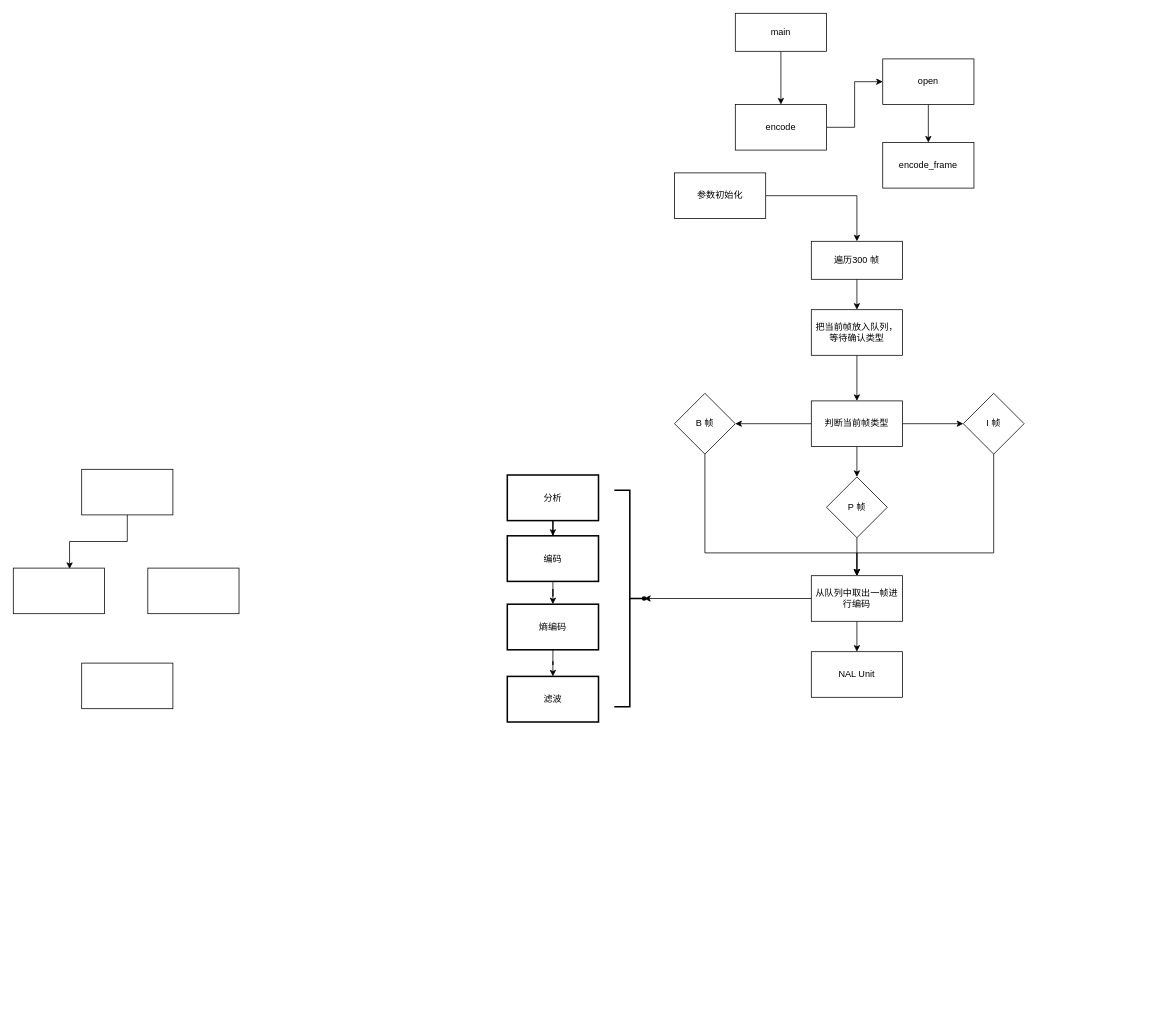
The draw.io diagram doc/Untitled Diagram.drawio in vozeo/x264, before the edit. Source tidied: cells renumbered, new cells numbered last; positions are measured from the earlier drawing's top-left corner, leaving out a move shared by most shapes. Both pictures are drawn from the tidied source at 76%, with x=0, y=0 at pixel (13, 13).
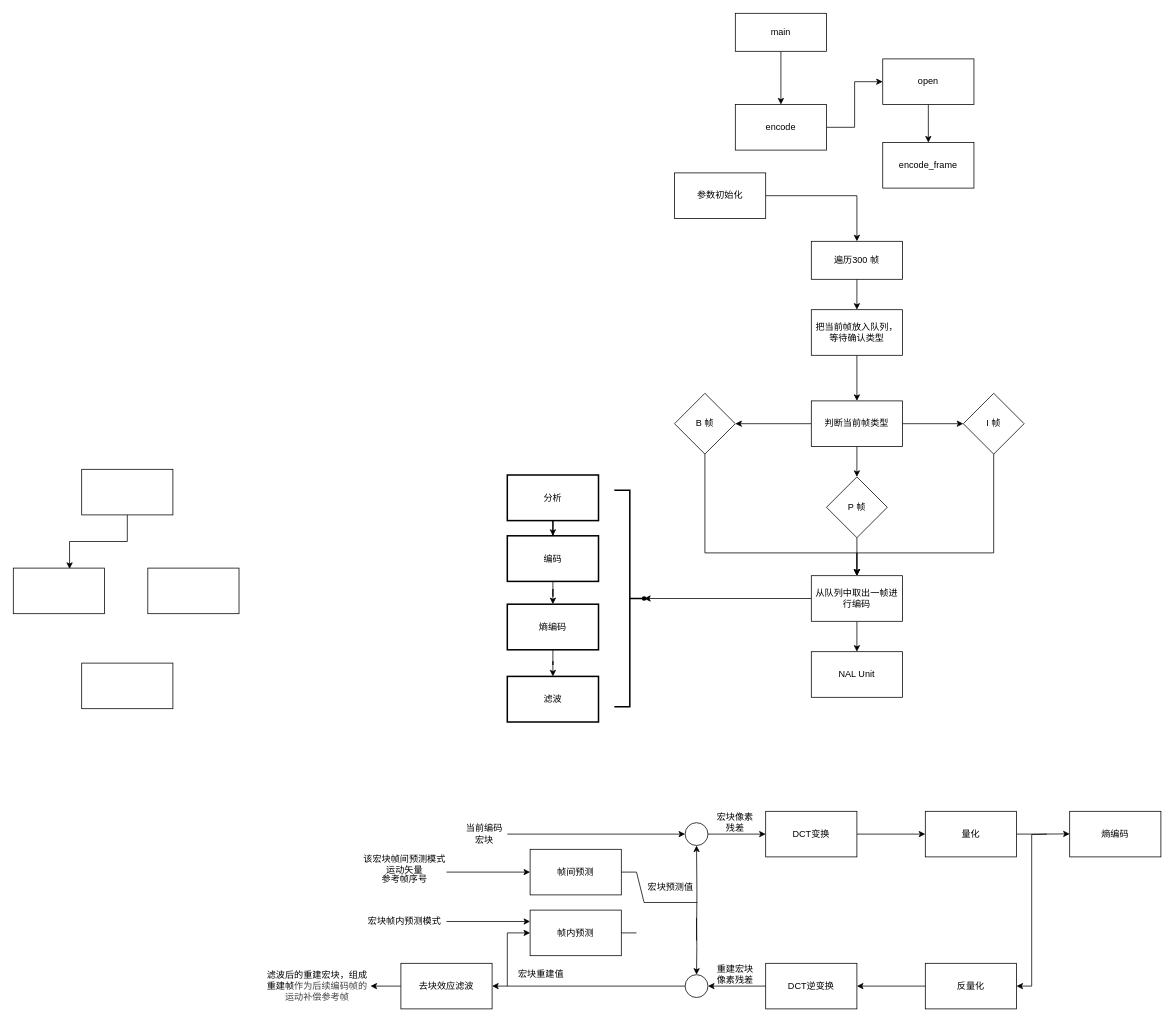
The same diagram, later.

Commit message:
变换与量化部分_1

What changed in the source:
```diff
@@
+    <mxCell id="43" style="edgeStyle=orthogonalEdgeStyle;rounded=0;jettySize=auto;html=1;" parent="1" edge="1" target="47">
+      <mxGeometry relative="1" as="geometry">
+        <mxPoint x="899" y="1220" as="sourcePoint" />
+      </mxGeometry>
+    </mxCell>
@@
+    <mxCell id="44" value="帧内预测" style="rounded=0;whiteSpace=wrap;html=1;" parent="1" vertex="1">
+      <mxGeometry x="680" y="1180" width="120" height="60" as="geometry" />
+    </mxCell>
@@
+    <mxCell id="45" style="edgeStyle=orthogonalEdgeStyle;rounded=0;jettySize=auto;html=1;exitX=1;exitY=0.5;exitDx=0;exitDy=0;" parent="1" edge="1" source="47">
+      <mxGeometry relative="1" as="geometry">
+        <mxPoint x="914.4" y="1080.2" as="targetPoint" />
+      </mxGeometry>
+    </mxCell>
@@
+    <mxCell id="46" style="edgeStyle=orthogonalEdgeStyle;rounded=0;jettySize=auto;html=1;exitX=1;exitY=0.5;exitDx=0;exitDy=0;entryX=0;entryY=0.5;entryDx=0;entryDy=0;" parent="1" edge="1" source="47" target="49">
+      <mxGeometry relative="1" as="geometry" />
+    </mxCell>
@@
+    <mxCell id="47" style="ellipse;whiteSpace=wrap;html=1;" parent="1" vertex="1">
+      <mxGeometry x="884" y="1065" width="30" height="30" as="geometry" />
+    </mxCell>
@@
+    <mxCell id="48" style="edgeStyle=orthogonalEdgeStyle;rounded=0;jettySize=auto;html=1;entryX=0;entryY=0.5;entryDx=0;entryDy=0;" parent="1" edge="1" source="49" target="51">
+      <mxGeometry relative="1" as="geometry" />
+    </mxCell>
@@
+    <mxCell id="49" value="DCT变换" style="rounded=0;whiteSpace=wrap;html=1;" parent="1" vertex="1">
+      <mxGeometry x="990" y="1050" width="120" height="60" as="geometry" />
+    </mxCell>
@@
+    <mxCell id="50" style="edgeStyle=orthogonalEdgeStyle;rounded=0;jettySize=auto;html=1;exitX=1;exitY=0.5;exitDx=0;exitDy=0;" parent="1" edge="1" source="51">
+      <mxGeometry relative="1" as="geometry">
+        <mxPoint x="1390" y="1079.7" as="targetPoint" />
+      </mxGeometry>
+    </mxCell>
+    <mxCell id="51" value="量化" style="rounded=0;whiteSpace=wrap;html=1;" parent="1" vertex="1">
+      <mxGeometry x="1200" y="1050" width="120" height="60" as="geometry" />
+    </mxCell>
+    <mxCell id="52" value="熵编码" style="rounded=0;whiteSpace=wrap;html=1;" parent="1" vertex="1">
+      <mxGeometry x="1390" y="1050" width="120" height="60" as="geometry" />
+    </mxCell>
+    <mxCell id="53" style="edgeStyle=orthogonalEdgeStyle;rounded=0;jettySize=auto;html=1;exitX=1;exitY=0.5;exitDx=0;exitDy=0;entryX=1;entryY=0.5;entryDx=0;entryDy=0;" parent="1" edge="1" target="55">
+      <mxGeometry relative="1" as="geometry">
+        <mxPoint x="1360" y="1080" as="sourcePoint" />
+      </mxGeometry>
+    </mxCell>
+    <mxCell id="54" style="edgeStyle=orthogonalEdgeStyle;rounded=0;jettySize=auto;html=1;entryX=1;entryY=0.5;entryDx=0;entryDy=0;" parent="1" edge="1" source="55" target="57">
+      <mxGeometry relative="1" as="geometry" />
+    </mxCell>
+    <mxCell id="55" value="反量化" style="rounded=0;whiteSpace=wrap;html=1;" parent="1" vertex="1">
+      <mxGeometry x="1200" y="1250" width="120" height="60" as="geometry" />
+    </mxCell>
+    <mxCell id="56" style="edgeStyle=orthogonalEdgeStyle;rounded=0;jettySize=auto;html=1;entryX=1;entryY=0.5;entryDx=0;entryDy=0;" parent="1" edge="1" source="57" target="60">
+      <mxGeometry relative="1" as="geometry" />
+    </mxCell>
+    <mxCell id="57" value="DCT逆变换" style="rounded=0;whiteSpace=wrap;html=1;" parent="1" vertex="1">
+      <mxGeometry x="990" y="1250" width="120" height="60" as="geometry" />
+    </mxCell>
+    <mxCell id="58" style="edgeStyle=orthogonalEdgeStyle;rounded=0;jettySize=auto;html=1;exitX=0.5;exitY=0;exitDx=0;exitDy=0;entryX=0.5;entryY=0;entryDx=0;entryDy=0;" parent="1" edge="1" target="60">
+      <mxGeometry relative="1" as="geometry">
+        <mxPoint x="898.9" y="1190" as="sourcePoint" />
+      </mxGeometry>
+    </mxCell>
+    <mxCell id="59" style="edgeStyle=orthogonalEdgeStyle;rounded=0;jettySize=auto;html=1;entryX=1;entryY=0.5;entryDx=0;entryDy=0;" parent="1" edge="1" source="60" target="66">
+      <mxGeometry relative="1" as="geometry" />
+    </mxCell>
+    <mxCell id="60" style="ellipse;whiteSpace=wrap;html=1;" parent="1" vertex="1">
+      <mxGeometry x="884" y="1265" width="30" height="30" as="geometry" />
+    </mxCell>
+    <mxCell id="61" value="宏块像素残差" style="text;html=1;strokeColor=none;fillColor=none;align=center;verticalAlign=middle;whiteSpace=wrap;rounded=0;" parent="1" vertex="1">
+      <mxGeometry x="920" y="1050" width="60" height="30" as="geometry" />
+    </mxCell>
+    <mxCell id="62" value="宏块预测值" style="text;html=1;strokeColor=none;fillColor=none;align=center;verticalAlign=middle;whiteSpace=wrap;rounded=0;" parent="1" vertex="1">
+      <mxGeometry x="831.6" y="1135" width="66" height="30" as="geometry" />
+    </mxCell>
+    <mxCell id="63" style="endArrow=classic;html=1;rounded=0;entryX=0;entryY=0.5;entryDx=0;entryDy=0;" parent="1" edge="1" target="47">
+      <mxGeometry relative="1" as="geometry">
+        <mxPoint x="650" y="1080" as="sourcePoint" />
+      </mxGeometry>
+    </mxCell>
+    <mxCell id="64" value="当前编码宏块" style="text;html=1;strokeColor=none;fillColor=none;align=center;verticalAlign=middle;whiteSpace=wrap;rounded=0;" parent="1" vertex="1">
+      <mxGeometry x="590" y="1065" width="60" height="30" as="geometry" />
+    </mxCell>
+    <mxCell id="65" style="edgeStyle=orthogonalEdgeStyle;rounded=0;jettySize=auto;html=1;entryX=1;entryY=0.5;entryDx=0;entryDy=0;" parent="1" edge="1" source="66" target="69">
+      <mxGeometry relative="1" as="geometry" />
+    </mxCell>
+    <mxCell id="66" value="去块效应滤波" style="rounded=0;whiteSpace=wrap;html=1;" parent="1" vertex="1">
+      <mxGeometry x="510" y="1250" width="120" height="60" as="geometry" />
+    </mxCell>
+    <mxCell id="67" value="重建宏块像素残差" style="text;html=1;strokeColor=none;fillColor=none;align=center;verticalAlign=middle;whiteSpace=wrap;rounded=0;" parent="1" vertex="1">
+      <mxGeometry x="920" y="1250" width="60" height="30" as="geometry" />
+    </mxCell>
+    <mxCell id="68" value="宏块重建值" style="text;html=1;strokeColor=none;fillColor=none;align=center;verticalAlign=middle;whiteSpace=wrap;rounded=0;" parent="1" vertex="1">
+      <mxGeometry x="660" y="1250" width="69" height="30" as="geometry" />
+    </mxCell>
+    <mxCell id="69" value="滤波后的重建宏块，组成重建帧&lt;span style=&quot;color: rgb(64, 64, 64); font-family: -apple-system, BlinkMacSystemFont, &amp;quot;Apple Color Emoji&amp;quot;, &amp;quot;Segoe UI Emoji&amp;quot;, &amp;quot;Segoe UI Symbol&amp;quot;, &amp;quot;Segoe UI&amp;quot;, &amp;quot;PingFang SC&amp;quot;, &amp;quot;Hiragino Sans GB&amp;quot;, &amp;quot;Microsoft YaHei&amp;quot;, &amp;quot;Helvetica Neue&amp;quot;, Helvetica, Arial, sans-serif; text-align: start; background-color: rgb(255, 255, 255);&quot;&gt;&lt;font style=&quot;font-size: 12px;&quot;&gt;作为后续编码帧的运动补偿参考帧&lt;/font&gt;&lt;/span&gt;" style="text;html=1;strokeColor=none;fillColor=none;align=center;verticalAlign=middle;whiteSpace=wrap;rounded=0;" parent="1" vertex="1">
+      <mxGeometry x="330" y="1265" width="140" height="30" as="geometry" />
+    </mxCell>
+    <mxCell id="70" style="endArrow=classic;html=1;rounded=0;fontSize=12;entryX=0;entryY=0.5;entryDx=0;entryDy=0;" parent="1" edge="1" target="44">
+      <mxGeometry relative="1" as="geometry">
+        <mxPoint x="650" y="1280" as="sourcePoint" />
+        <Array as="points">
+          <mxPoint x="650" y="1210" />
+        </Array>
+      </mxGeometry>
+    </mxCell>
+    <mxCell id="71" value="帧间预测" style="rounded=0;whiteSpace=wrap;html=1;fontSize=12;" parent="1" vertex="1">
+      <mxGeometry x="680" y="1100" width="120" height="60" as="geometry" />
+    </mxCell>
+    <mxCell id="72" style="endArrow=classic;html=1;rounded=0;fontSize=12;entryX=0;entryY=0.5;entryDx=0;entryDy=0;" parent="1" edge="1" target="71">
+      <mxGeometry relative="1" as="geometry">
+        <mxPoint x="570" y="1130" as="sourcePoint" />
+      </mxGeometry>
+    </mxCell>
+    <mxCell id="73" value="该宏块帧间预测模式&lt;br&gt;运动矢量" style="text;html=1;strokeColor=none;fillColor=none;align=center;verticalAlign=middle;whiteSpace=wrap;rounded=0;fontSize=12;" parent="1" vertex="1">
+      <mxGeometry x="460" y="1105" width="110" height="30" as="geometry" />
+    </mxCell>
+    <mxCell id="74" value="参考帧序号" style="text;html=1;strokeColor=none;fillColor=none;align=center;verticalAlign=middle;whiteSpace=wrap;rounded=0;fontSize=12;" parent="1" vertex="1">
+      <mxGeometry x="480" y="1125" width="70" height="30" as="geometry" />
+    </mxCell>
+    <mxCell id="75" style="endArrow=classic;html=1;rounded=0;fontSize=12;entryX=0;entryY=0.25;entryDx=0;entryDy=0;" parent="1" edge="1" target="44">
+      <mxGeometry relative="1" as="geometry">
+        <mxPoint x="570" y="1195" as="sourcePoint" />
+      </mxGeometry>
+    </mxCell>
+    <mxCell id="76" value="宏块帧内预测模式" style="text;html=1;strokeColor=none;fillColor=none;align=center;verticalAlign=middle;whiteSpace=wrap;rounded=0;fontSize=12;" parent="1" vertex="1">
+      <mxGeometry x="465" y="1180" width="100" height="30" as="geometry" />
+    </mxCell>
+    <mxCell id="77" style="endArrow=none;html=1;rounded=0;fontSize=12;" parent="1" edge="1">
+      <mxGeometry relative="1" as="geometry">
+        <mxPoint x="830" y="1170" as="sourcePoint" />
+        <mxPoint x="900" y="1170" as="targetPoint" />
+      </mxGeometry>
+    </mxCell>
+    <mxCell id="78" style="endArrow=none;html=1;rounded=0;fontSize=12;entryX=1;entryY=0.5;entryDx=0;entryDy=0;" parent="1" edge="1" target="71">
+      <mxGeometry relative="1" as="geometry">
+        <mxPoint x="820" y="1130" as="sourcePoint" />
+      </mxGeometry>
+    </mxCell>
+    <mxCell id="79" style="endArrow=none;html=1;rounded=0;fontSize=12;exitX=1;exitY=0.5;exitDx=0;exitDy=0;" parent="1" edge="1" source="44">
+      <mxGeometry relative="1" as="geometry">
+        <mxPoint x="820" y="1210" as="targetPoint" />
+      </mxGeometry>
+    </mxCell>
+    <mxCell id="80" style="endArrow=none;html=1;rounded=0;fontSize=12;" parent="1" edge="1">
+      <mxGeometry relative="1" as="geometry">
+        <mxPoint x="820" y="1130" as="sourcePoint" />
+        <mxPoint x="830" y="1170" as="targetPoint" />
+      </mxGeometry>
+    </mxCell>
```
